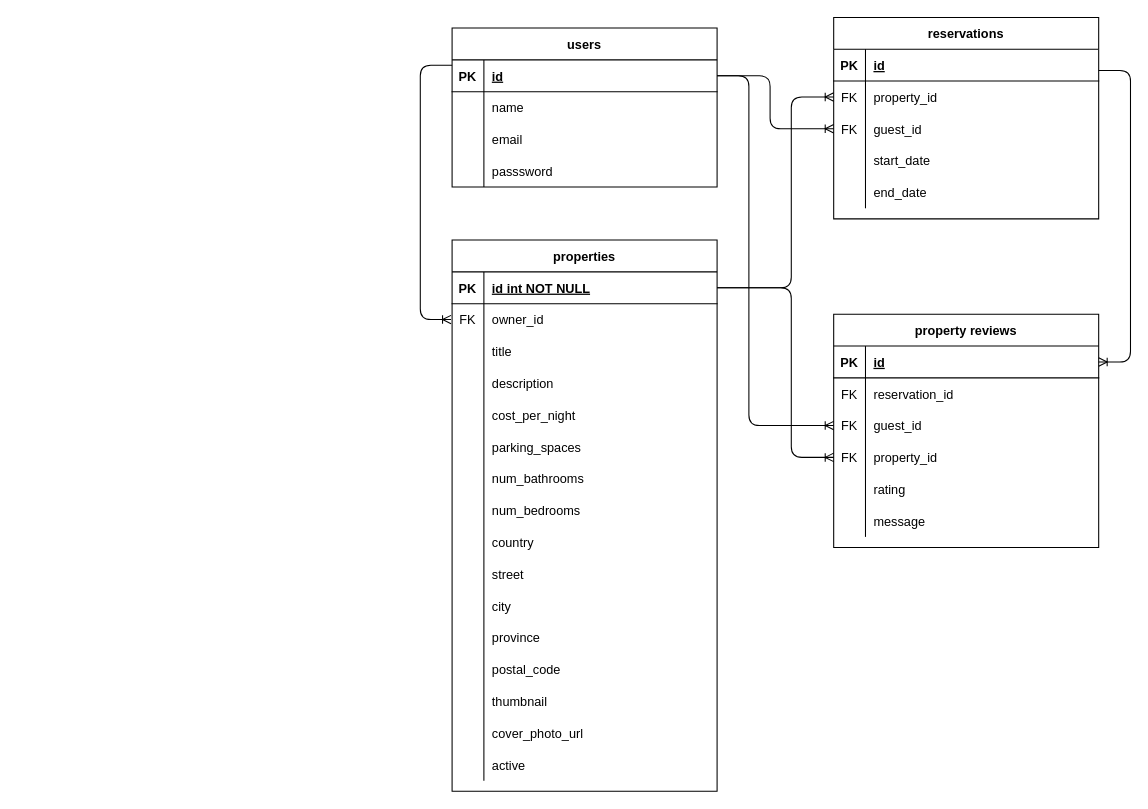
The draw.io diagram lightbnb-erd.drawio in chonie1/lighthouse-bnb, before the edit. Source tidied: cells renumbered, new cells numbered last; positions are measured from the earlier drawing's top-left corner, leaving out a move shared by most shapes. Both pictures are drawn from the tidied source at 106%, with x=0, y=0 at pixel (420, 17).
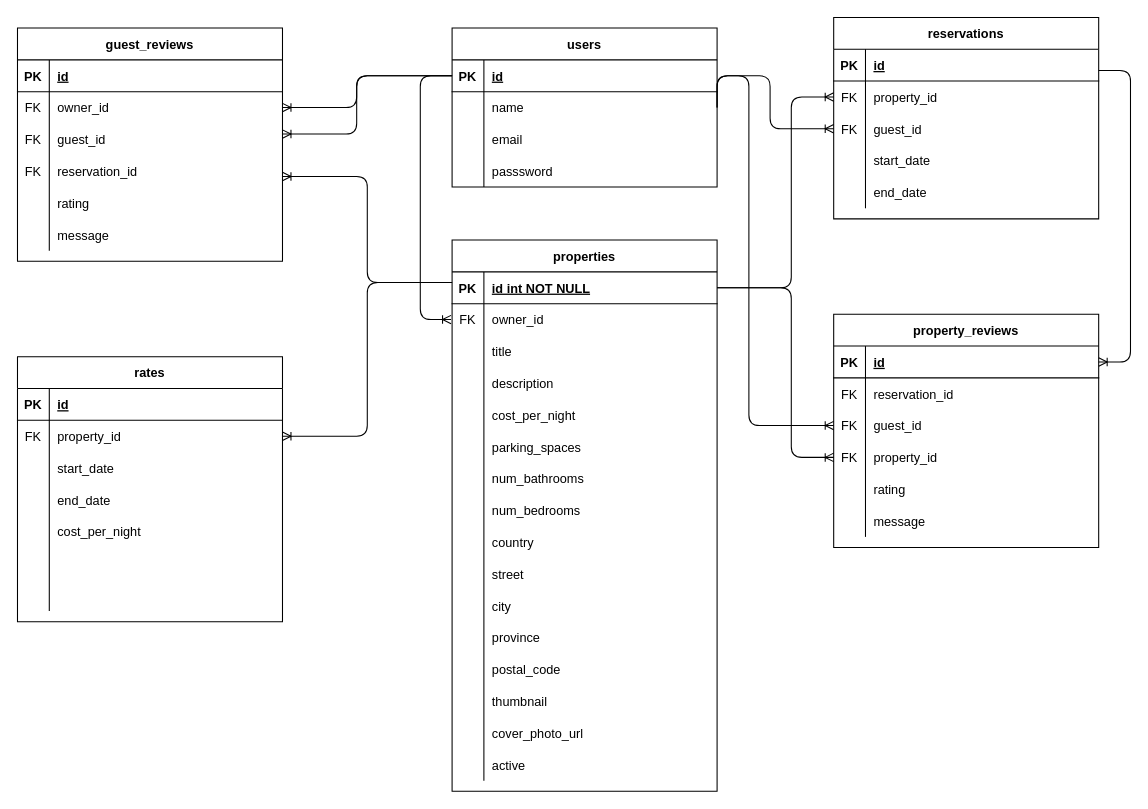
After the change.

The change refers to these unchanged cells:
```xml
<mxCell id="67" value="users" style="shape=table;startSize=30;childLayout=tableLayout;rowLines=0;fontStyle=1;align=center;" parent="1" vertex="1">
  <mxGeometry x="30" y="10" width="250" height="150" as="geometry" />
</mxCell>
<mxCell id="87" style="shape=partialRectangle;fillColor=none;points=[[0,0.5],[1,0.5]];portConstraint=eastwest;top=0;left=0;right=0;bottom=0;" parent="80" vertex="1">
  <mxGeometry y="90" width="250" height="30" as="geometry" />
</mxCell>
```

Change to the diagram source:
```diff
@@
-    <mxCell id="68" style="shape=partialRectangle;fillColor=none;points=[[0,0.5],[1,0.5]];portConstraint=eastwest;top=0;left=0;right=0;bottom=1;" parent="67" vertex="1">
-      <mxGeometry y="30" width="250" height="30" as="geometry" />
-    </mxCell>
-    <mxCell id="69" value="PK" style="shape=partialRectangle;overflow=hidden;fillColor=none;top=0;left=0;bottom=0;right=0;fontStyle=1;" parent="68" vertex="1">
-      <mxGeometry width="30" height="30" as="geometry" />
-    </mxCell>
-    <mxCell id="70" value="id" style="shape=partialRectangle;overflow=hidden;fillColor=none;top=0;left=0;bottom=0;right=0;align=left;spacingLeft=6;fontStyle=5;" parent="68" vertex="1">
-      <mxGeometry x="30" width="220" height="30" as="geometry" />
-    </mxCell>
+    <mxCell id="105" style="shape=partialRectangle;fillColor=none;points=[[0,0.5],[1,0.5]];portConstraint=eastwest;top=0;left=0;right=0;bottom=1;" parent="67" vertex="1">
+      <mxGeometry y="30" width="250" height="30" as="geometry" />
+    </mxCell>
+    <mxCell id="106" value="PK" style="shape=partialRectangle;overflow=hidden;fillColor=none;top=0;left=0;bottom=0;right=0;fontStyle=1;" parent="105" vertex="1">
+      <mxGeometry width="30" height="30" as="geometry" />
+    </mxCell>
+    <mxCell id="107" value="id" style="shape=partialRectangle;overflow=hidden;fillColor=none;top=0;left=0;bottom=0;right=0;align=left;spacingLeft=6;fontStyle=5;" parent="105" vertex="1">
+      <mxGeometry x="30" width="220" height="30" as="geometry" />
+    </mxCell>
@@
-    <mxCell id="80" value="property reviews" style="shape=table;startSize=30;childLayout=tableLayout;rowLines=0;fontStyle=1;align=center;" parent="1" vertex="1">
+    <mxCell id="80" value="property_reviews" style="shape=table;startSize=30;childLayout=tableLayout;rowLines=0;fontStyle=1;align=center;" parent="1" vertex="1">
       <mxGeometry x="390" y="280" width="250" height="220" as="geometry" />
     </mxCell>
@@
-    <mxCell id="99" style="edgeStyle=orthogonalEdgeStyle;rounded=1;jettySize=auto;html=1;exitX=1;exitY=0.5;exitDx=0;exitDy=0;endArrow=ERoneToMany;endFill=0;" parent="1" edge="1" source="68">
+    <mxCell id="99" style="edgeStyle=orthogonalEdgeStyle;rounded=1;orthogonalLoop=1;jettySize=auto;html=1;exitX=1;exitY=0.5;exitDx=0;exitDy=0;endArrow=ERoneToMany;endFill=0;" parent="1" edge="1">
       <mxGeometry relative="1" as="geometry">
+        <mxPoint x="280" y="85" as="sourcePoint" />
         <mxPoint x="390" y="105" as="targetPoint" />
         <Array as="points">
           <mxPoint x="330" y="55" />
           <mxPoint x="330" y="105" />
         </Array>
       </mxGeometry>
     </mxCell>
@@
-    <mxCell id="101" style="edgeStyle=orthogonalEdgeStyle;rounded=1;jettySize=auto;html=1;exitX=1;exitY=0.5;exitDx=0;exitDy=0;entryX=0;entryY=0.5;entryDx=0;entryDy=0;endArrow=ERoneToMany;endFill=0;" parent="1" edge="1" source="68" target="87">
+    <mxCell id="101" style="edgeStyle=orthogonalEdgeStyle;rounded=1;jettySize=auto;html=1;exitX=1;exitY=0.5;exitDx=0;exitDy=0;entryX=0;entryY=0.5;entryDx=0;entryDy=0;endArrow=ERoneToMany;endFill=0;" parent="1" edge="1" target="87">
       <mxGeometry relative="1" as="geometry">
+        <mxPoint x="280" y="85" as="sourcePoint" />
         <Array as="points">
           <mxPoint x="310" y="55" />
           <mxPoint x="310" y="385" />
         </Array>
       </mxGeometry>
     </mxCell>
-    <mxCell id="102" style="edgeStyle=orthogonalEdgeStyle;rounded=1;orthogonalLoop=1;jettySize=auto;html=1;exitX=1;exitY=0.5;exitDx=0;exitDy=0;endArrow=ERoneToMany;endFill=0;" parent="1" edge="1">
+    <mxCell id="102" style="edgeStyle=orthogonalEdgeStyle;rounded=1;jettySize=auto;html=1;endArrow=ERoneToMany;endFill=0;" parent="1" edge="1" source="105">
       <mxGeometry relative="1" as="geometry">
-        <mxPoint x="30" y="45" as="sourcePoint" />
         <mxPoint x="29" y="285" as="targetPoint" />
         <Array as="points">
-          <mxPoint y="45" />
+          <mxPoint y="55" />
           <mxPoint y="285" />
         </Array>
       </mxGeometry>
     </mxCell>
@@
+    <mxCell id="108" value="guest_reviews" style="shape=table;startSize=30;childLayout=tableLayout;rowLines=0;fontStyle=1;align=center;" parent="1" vertex="1">
+      <mxGeometry x="-380" y="10" width="250" height="220" as="geometry" />
+    </mxCell>
+    <mxCell id="109" style="shape=partialRectangle;fillColor=none;top=0;left=0;right=0;bottom=1;" parent="108" vertex="1">
+      <mxGeometry y="30" width="250" height="30" as="geometry" />
+    </mxCell>
+    <mxCell id="110" value="PK" style="shape=partialRectangle;overflow=hidden;fillColor=none;top=0;left=0;bottom=0;right=0;fontStyle=1;" parent="109" vertex="1">
+      <mxGeometry width="30" height="30" as="geometry" />
+    </mxCell>
+    <mxCell id="111" value="id" style="shape=partialRectangle;overflow=hidden;fillColor=none;top=0;left=0;bottom=0;right=0;align=left;spacingLeft=6;fontStyle=5;" parent="109" vertex="1">
+      <mxGeometry x="30" width="220" height="30" as="geometry" />
+    </mxCell>
+    <mxCell id="112" style="shape=partialRectangle;fillColor=none;points=[[0,0.5],[1,0.5]];portConstraint=eastwest;top=0;left=0;right=0;bottom=0;" parent="108" vertex="1">
+      <mxGeometry y="60" width="250" height="30" as="geometry" />
+    </mxCell>
+    <mxCell id="113" value="FK" style="shape=partialRectangle;overflow=hidden;fillColor=none;top=0;left=0;bottom=0;right=0;" parent="112" vertex="1">
+      <mxGeometry width="30" height="30" as="geometry" />
+    </mxCell>
+    <mxCell id="114" value="owner_id" style="shape=partialRectangle;overflow=hidden;fillColor=none;top=0;left=0;bottom=0;right=0;align=left;spacingLeft=6;" parent="112" vertex="1">
+      <mxGeometry x="30" width="220" height="30" as="geometry" />
+    </mxCell>
+    <mxCell id="115" style="shape=partialRectangle;fillColor=none;top=0;left=0;right=0;bottom=0;" parent="108" vertex="1">
+      <mxGeometry y="90" width="250" height="30" as="geometry" />
+    </mxCell>
+    <mxCell id="116" value="FK" style="shape=partialRectangle;overflow=hidden;fillColor=none;top=0;left=0;bottom=0;right=0;" parent="115" vertex="1">
+      <mxGeometry width="30" height="30" as="geometry" />
+    </mxCell>
+    <mxCell id="117" value="guest_id" style="shape=partialRectangle;overflow=hidden;fillColor=none;top=0;left=0;bottom=0;right=0;align=left;spacingLeft=6;" parent="115" vertex="1">
+      <mxGeometry x="30" width="220" height="30" as="geometry" />
+    </mxCell>
+    <mxCell id="118" style="shape=partialRectangle;fillColor=none;points=[[0,0.5],[1,0.5]];portConstraint=eastwest;top=0;left=0;right=0;bottom=0;" parent="108" vertex="1">
+      <mxGeometry y="120" width="250" height="30" as="geometry" />
+    </mxCell>
+    <mxCell id="119" value="FK" style="shape=partialRectangle;overflow=hidden;fillColor=none;top=0;left=0;bottom=0;right=0;" parent="118" vertex="1">
+      <mxGeometry width="30" height="30" as="geometry" />
+    </mxCell>
+    <mxCell id="120" value="reservation_id" style="shape=partialRectangle;overflow=hidden;fillColor=none;top=0;left=0;bottom=0;right=0;align=left;spacingLeft=6;" parent="118" vertex="1">
+      <mxGeometry x="30" width="220" height="30" as="geometry" />
+    </mxCell>
+    <mxCell id="121" style="shape=partialRectangle;fillColor=none;top=0;left=0;right=0;bottom=0;" parent="108" vertex="1">
+      <mxGeometry y="150" width="250" height="30" as="geometry" />
+    </mxCell>
+    <mxCell id="122" style="shape=partialRectangle;overflow=hidden;fillColor=none;top=0;left=0;bottom=0;right=0;" parent="121" vertex="1">
+      <mxGeometry width="30" height="30" as="geometry" />
+    </mxCell>
+    <mxCell id="123" value="rating" style="shape=partialRectangle;overflow=hidden;fillColor=none;top=0;left=0;bottom=0;right=0;align=left;spacingLeft=6;" parent="121" vertex="1">
+      <mxGeometry x="30" width="220" height="30" as="geometry" />
+    </mxCell>
+    <mxCell id="124" style="shape=partialRectangle;fillColor=none;top=0;left=0;right=0;bottom=0;" parent="108" vertex="1">
+      <mxGeometry y="180" width="250" height="30" as="geometry" />
+    </mxCell>
+    <mxCell id="125" style="shape=partialRectangle;overflow=hidden;fillColor=none;top=0;left=0;bottom=0;right=0;" parent="124" vertex="1">
+      <mxGeometry width="30" height="30" as="geometry" />
+    </mxCell>
+    <mxCell id="126" value="message" style="shape=partialRectangle;overflow=hidden;fillColor=none;top=0;left=0;bottom=0;right=0;align=left;spacingLeft=6;" parent="124" vertex="1">
+      <mxGeometry x="30" width="220" height="30" as="geometry" />
+    </mxCell>
+    <mxCell id="127" style="edgeStyle=orthogonalEdgeStyle;fontSize=12;html=1;endArrow=ERoneToMany;entryX=1;entryY=0.5;entryDx=0;entryDy=0;" parent="1" edge="1" target="112">
+      <mxGeometry relative="1" as="geometry">
+        <mxPoint x="30" y="55" as="sourcePoint" />
+        <Array as="points">
+          <mxPoint x="-60" y="55" />
+          <mxPoint x="-60" y="85" />
+        </Array>
+      </mxGeometry>
+    </mxCell>
+    <mxCell id="128" style="edgeStyle=orthogonalEdgeStyle;fontSize=12;html=1;endArrow=ERoneToMany;exitX=0;exitY=0.5;exitDx=0;exitDy=0;" parent="1" edge="1" source="105">
+      <mxGeometry relative="1" as="geometry">
+        <mxPoint x="-130" y="110" as="targetPoint" />
+        <Array as="points">
+          <mxPoint x="-60" y="55" />
+          <mxPoint x="-60" y="110" />
+        </Array>
+      </mxGeometry>
+    </mxCell>
+    <mxCell id="129" style="edgeStyle=orthogonalEdgeStyle;rounded=1;jettySize=auto;html=1;endArrow=ERoneToMany;endFill=0;" parent="1" edge="1" target="118">
+      <mxGeometry relative="1" as="geometry">
+        <mxPoint x="30" y="250" as="sourcePoint" />
+        <Array as="points">
+          <mxPoint x="-50" y="250" />
+          <mxPoint x="-50" y="150" />
+        </Array>
+      </mxGeometry>
+    </mxCell>
+    <mxCell id="130" value="rates" style="shape=table;startSize=30;childLayout=tableLayout;rowLines=0;fontStyle=1;align=center;" parent="1" vertex="1">
+      <mxGeometry x="-380" y="320" width="250" height="250" as="geometry" />
+    </mxCell>
+    <mxCell id="131" style="shape=partialRectangle;fillColor=none;top=0;left=0;right=0;bottom=1;" parent="130" vertex="1">
+      <mxGeometry y="30" width="250" height="30" as="geometry" />
+    </mxCell>
+    <mxCell id="132" value="PK" style="shape=partialRectangle;overflow=hidden;fillColor=none;top=0;left=0;bottom=0;right=0;fontStyle=1;" parent="131" vertex="1">
+      <mxGeometry width="30" height="30" as="geometry" />
+    </mxCell>
+    <mxCell id="133" value="id" style="shape=partialRectangle;overflow=hidden;fillColor=none;top=0;left=0;bottom=0;right=0;align=left;spacingLeft=6;fontStyle=5;" parent="131" vertex="1">
+      <mxGeometry x="30" width="220" height="30" as="geometry" />
+    </mxCell>
+    <mxCell id="134" style="shape=partialRectangle;fillColor=none;points=[[0,0.5],[1,0.5]];portConstraint=eastwest;top=0;left=0;right=0;bottom=0;" parent="130" vertex="1">
+      <mxGeometry y="60" width="250" height="30" as="geometry" />
+    </mxCell>
+    <mxCell id="135" value="FK" style="shape=partialRectangle;overflow=hidden;fillColor=none;top=0;left=0;bottom=0;right=0;" parent="134" vertex="1">
+      <mxGeometry width="30" height="30" as="geometry" />
+    </mxCell>
+    <mxCell id="136" value="property_id" style="shape=partialRectangle;overflow=hidden;fillColor=none;top=0;left=0;bottom=0;right=0;align=left;spacingLeft=6;" parent="134" vertex="1">
+      <mxGeometry x="30" width="220" height="30" as="geometry" />
+    </mxCell>
+    <mxCell id="137" style="shape=partialRectangle;fillColor=none;top=0;left=0;right=0;bottom=0;" parent="130" vertex="1">
+      <mxGeometry y="90" width="250" height="30" as="geometry" />
+    </mxCell>
+    <mxCell id="138" style="shape=partialRectangle;overflow=hidden;fillColor=none;top=0;left=0;bottom=0;right=0;" parent="137" vertex="1">
+      <mxGeometry width="30" height="30" as="geometry" />
+    </mxCell>
+    <mxCell id="139" value="start_date" style="shape=partialRectangle;overflow=hidden;fillColor=none;top=0;left=0;bottom=0;right=0;align=left;spacingLeft=6;" parent="137" vertex="1">
+      <mxGeometry x="30" width="220" height="30" as="geometry" />
+    </mxCell>
+    <mxCell id="140" style="shape=partialRectangle;fillColor=none;top=0;left=0;right=0;bottom=0;" parent="130" vertex="1">
+      <mxGeometry y="120" width="250" height="30" as="geometry" />
+    </mxCell>
+    <mxCell id="141" style="shape=partialRectangle;overflow=hidden;fillColor=none;top=0;left=0;bottom=0;right=0;" parent="140" vertex="1">
+      <mxGeometry width="30" height="30" as="geometry" />
+    </mxCell>
+    <mxCell id="142" value="end_date" style="shape=partialRectangle;overflow=hidden;fillColor=none;top=0;left=0;bottom=0;right=0;align=left;spacingLeft=6;" parent="140" vertex="1">
+      <mxGeometry x="30" width="220" height="30" as="geometry" />
+    </mxCell>
+    <mxCell id="143" style="shape=partialRectangle;fillColor=none;top=0;left=0;right=0;bottom=0;" parent="130" vertex="1">
+      <mxGeometry y="150" width="250" height="30" as="geometry" />
+    </mxCell>
+    <mxCell id="144" style="shape=partialRectangle;overflow=hidden;fillColor=none;top=0;left=0;bottom=0;right=0;" parent="143" vertex="1">
+      <mxGeometry width="30" height="30" as="geometry" />
+    </mxCell>
+    <mxCell id="145" style="shape=partialRectangle;overflow=hidden;fillColor=none;top=0;left=0;bottom=0;right=0;align=left;spacingLeft=6;" parent="143" vertex="1">
+      <mxGeometry x="30" width="220" height="30" as="geometry" />
+    </mxCell>
+    <mxCell id="146" style="shape=partialRectangle;fillColor=none;top=0;left=0;right=0;bottom=0;" parent="130" vertex="1">
+      <mxGeometry y="180" width="250" height="30" as="geometry" />
+    </mxCell>
+    <mxCell id="147" style="shape=partialRectangle;overflow=hidden;fillColor=none;top=0;left=0;bottom=0;right=0;" parent="146" vertex="1">
+      <mxGeometry width="30" height="30" as="geometry" />
+    </mxCell>
+    <mxCell id="148" style="shape=partialRectangle;overflow=hidden;fillColor=none;top=0;left=0;bottom=0;right=0;align=left;spacingLeft=6;" parent="146" vertex="1">
+      <mxGeometry x="30" width="220" height="30" as="geometry" />
+    </mxCell>
+    <mxCell id="149" style="shape=partialRectangle;fillColor=none;top=0;left=0;right=0;bottom=0;" parent="130" vertex="1">
+      <mxGeometry y="210" width="250" height="30" as="geometry" />
+    </mxCell>
+    <mxCell id="150" style="shape=partialRectangle;overflow=hidden;fillColor=none;top=0;left=0;bottom=0;right=0;" parent="149" vertex="1">
+      <mxGeometry width="30" height="30" as="geometry" />
+    </mxCell>
+    <mxCell id="151" style="shape=partialRectangle;overflow=hidden;fillColor=none;top=0;left=0;bottom=0;right=0;align=left;spacingLeft=6;" parent="149" vertex="1">
+      <mxGeometry x="30" width="220" height="30" as="geometry" />
+    </mxCell>
+    <mxCell id="152" value="cost_per_night" style="shape=partialRectangle;overflow=hidden;fillColor=none;top=0;left=0;bottom=0;right=0;align=left;spacingLeft=6;" parent="1" vertex="1">
+      <mxGeometry x="-350" y="470" width="220" height="30" as="geometry" />
+    </mxCell>
+    <mxCell id="153" style="edgeStyle=orthogonalEdgeStyle;rounded=1;jettySize=auto;html=1;endArrow=ERoneToMany;endFill=0;entryX=1;entryY=0.5;entryDx=0;entryDy=0;" parent="1" edge="1" target="134">
+      <mxGeometry relative="1" as="geometry">
+        <mxPoint x="30" y="250" as="sourcePoint" />
+        <Array as="points">
+          <mxPoint x="-50" y="250" />
+          <mxPoint x="-50" y="395" />
+        </Array>
+      </mxGeometry>
+    </mxCell>
```
